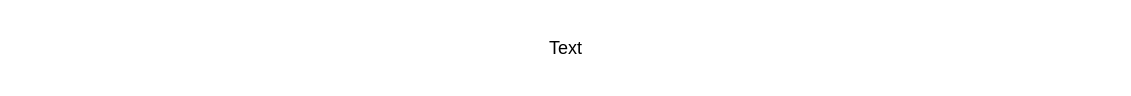
Above: Shopping Cart Regression Testing.drawio in RidmalAkmeemana/Ridmal (draw.io), before the change. Source tidied: cells renumbered, new cells numbered last; positions are measured from the earlier drawing's top-left corner, leaving out a move shared by most shapes. Both pictures are drawn from the tidied source at 150%, with x=0, y=0 at pixel (26, 26).
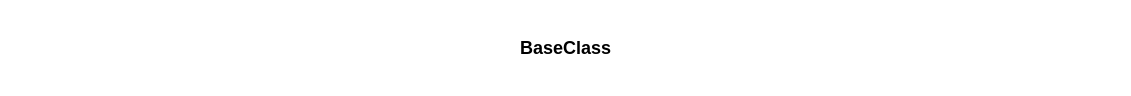
The same diagram, later.

Diff of the diagram source:
```diff
@@
 <mxGraphModel>
   <root>
     <mxCell id="0" />
     <mxCell id="1" parent="0" />
-    <mxCell id="2" value="Text" style="text;html=1;strokeColor=none;fillColor=none;align=center;verticalAlign=middle;whiteSpace=wrap;rounded=0;" parent="1" vertex="1">
+    <mxCell id="2" value="&lt;b&gt;BaseClass&lt;/b&gt;" style="text;html=1;align=center;verticalAlign=middle;whiteSpace=wrap;rounded=0;" parent="1" vertex="1">
       <mxGeometry width="720" height="30" as="geometry" />
     </mxCell>
   </root>
 </mxGraphModel>
```
